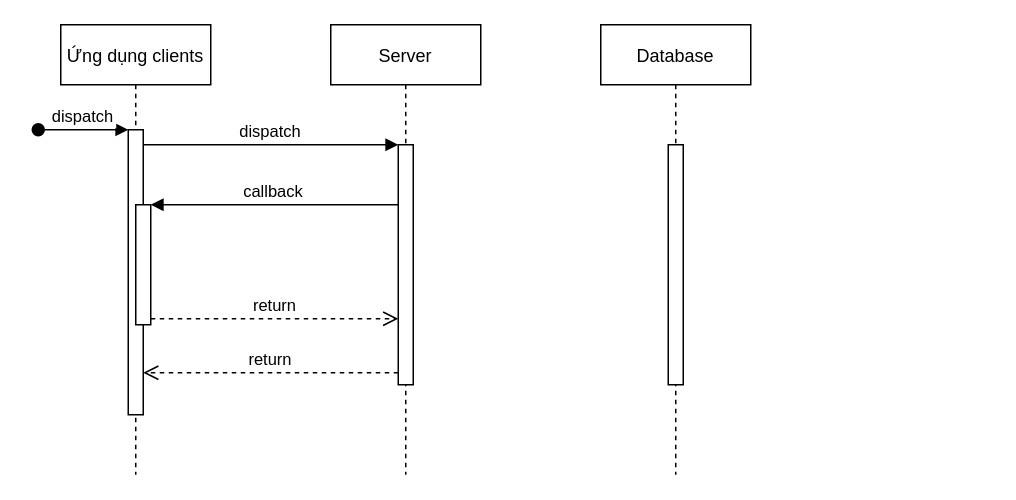
Earlier version of the draw.io diagram seq/Untitled Diagram.drawio (phanvha/DATN_Diagrams). Source tidied: cells renumbered, new cells numbered last; positions are measured from the earlier drawing's top-left corner, leaving out a move shared by most shapes. Both pictures are drawn from the tidied source at 150%, with x=0, y=0 at pixel (38, 24).
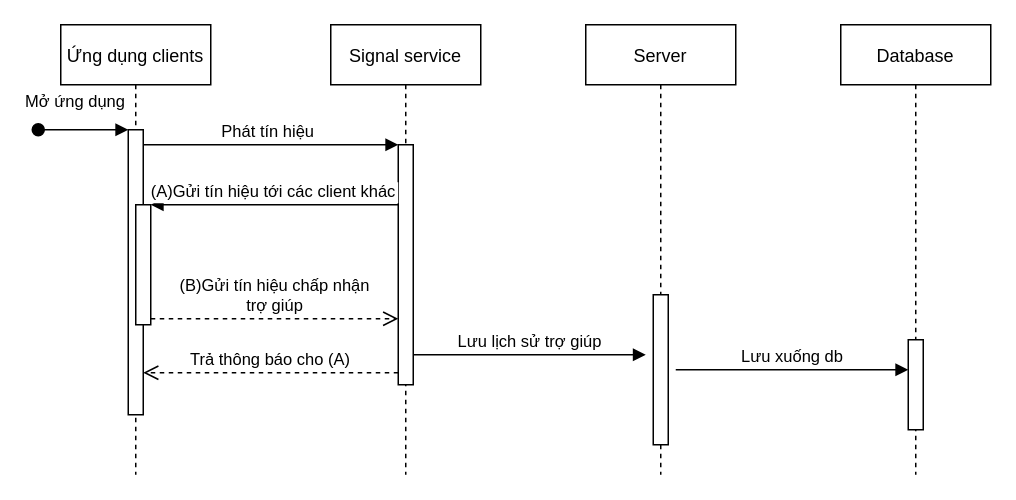
Above is the later version.

Commit message:
hoàn thành chức năng phát-nhận tín hiệu trợ giúp

Unchanged cells that the change refers to:
```xml
<mxCell id="2" value="Ứng dụng clients" style="shape=umlLifeline;perimeter=lifelinePerimeter;rounded=0;shadow=0;strokeWidth=1;" parent="1" vertex="1">
  <mxGeometry x="15" width="100" height="300" as="geometry" />
</mxCell>
<mxCell id="3" style="points=[];perimeter=orthogonalPerimeter;rounded=0;shadow=0;strokeWidth=1;" parent="2" vertex="1">
  <mxGeometry x="45" y="70" width="10" height="190" as="geometry" />
</mxCell>
<mxCell id="5" style="points=[];perimeter=orthogonalPerimeter;rounded=0;shadow=0;strokeWidth=1;" parent="2" vertex="1">
  <mxGeometry x="50" y="120" width="10" height="80" as="geometry" />
</mxCell>
<mxCell id="7" style="points=[];perimeter=orthogonalPerimeter;rounded=0;shadow=0;strokeWidth=1;" parent="6" vertex="1">
  <mxGeometry x="45" y="80" width="10" height="160" as="geometry" />
</mxCell>
```

What changed in the source:
```diff
@@
-    <mxCell id="4" value="dispatch" style="verticalAlign=bottom;startArrow=oval;endArrow=block;startSize=8;shadow=0;strokeWidth=1;" parent="2" edge="1" target="3">
-      <mxGeometry relative="1" as="geometry">
+    <mxCell id="4" value="Mở ứng dụng" style="verticalAlign=bottom;startArrow=oval;endArrow=block;startSize=8;shadow=0;strokeWidth=1;" parent="2" edge="1" target="3">
+      <mxGeometry x="-0.17" y="10" relative="1" as="geometry">
         <mxPoint x="-15" y="70" as="sourcePoint" />
       </mxGeometry>
     </mxCell>
@@
-    <mxCell id="6" value="Server" style="shape=umlLifeline;perimeter=lifelinePerimeter;rounded=0;shadow=0;strokeWidth=1;" parent="1" vertex="1">
+    <mxCell id="6" value="Signal service" style="shape=umlLifeline;perimeter=lifelinePerimeter;rounded=0;shadow=0;strokeWidth=1;" parent="1" vertex="1">
       <mxGeometry x="195" width="100" height="300" as="geometry" />
     </mxCell>
@@
+    <mxCell id="14" value="Lưu lịch sử trợ giúp" style="verticalAlign=bottom;endArrow=block;shadow=0;strokeWidth=1;" parent="6" edge="1">
+      <mxGeometry relative="1" as="geometry">
+        <mxPoint x="55" y="220" as="sourcePoint" />
+        <mxPoint x="210" y="220" as="targetPoint" />
+        <Array as="points">
+          <mxPoint x="140" y="220" />
+        </Array>
+      </mxGeometry>
+    </mxCell>
-    <mxCell id="8" value="return" style="verticalAlign=bottom;endArrow=open;dashed=1;endSize=8;exitX=0;exitY=0.95;shadow=0;strokeWidth=1;" parent="1" edge="1" source="7" target="3">
+    <mxCell id="8" value="Trả thông báo cho (A)" style="verticalAlign=bottom;endArrow=open;dashed=1;endSize=8;exitX=0;exitY=0.95;shadow=0;strokeWidth=1;" parent="1" edge="1" source="7" target="3">
       <mxGeometry relative="1" as="geometry" />
     </mxCell>
-    <mxCell id="9" value="dispatch" style="verticalAlign=bottom;endArrow=block;entryX=0;entryY=0;shadow=0;strokeWidth=1;" parent="1" edge="1" source="3" target="7">
+    <mxCell id="9" value="Phát tín hiệu " style="verticalAlign=bottom;endArrow=block;entryX=0;entryY=0;shadow=0;strokeWidth=1;" parent="1" edge="1" source="3" target="7">
       <mxGeometry relative="1" as="geometry" />
     </mxCell>
-    <mxCell id="10" value="callback" style="verticalAlign=bottom;endArrow=block;entryX=1;entryY=0;shadow=0;strokeWidth=1;" parent="1" edge="1" source="7" target="5">
+    <mxCell id="10" value="(A)Gửi tín hiệu tới các client khác" style="verticalAlign=bottom;endArrow=block;entryX=1;entryY=0;shadow=0;strokeWidth=1;" parent="1" edge="1" source="7" target="5">
       <mxGeometry relative="1" as="geometry" />
     </mxCell>
-    <mxCell id="11" value="return" style="verticalAlign=bottom;endArrow=open;dashed=1;endSize=8;exitX=1;exitY=0.95;shadow=0;strokeWidth=1;" parent="1" edge="1" source="5" target="7">
+    <mxCell id="11" value="(B)Gửi tín hiệu chấp nhận &#10;trợ giúp" style="verticalAlign=bottom;endArrow=open;dashed=1;endSize=8;exitX=1;exitY=0.95;shadow=0;strokeWidth=1;" parent="1" edge="1" source="5" target="7">
       <mxGeometry relative="1" as="geometry" />
     </mxCell>
+    <mxCell id="15" value="Server" style="shape=umlLifeline;perimeter=lifelinePerimeter;rounded=0;shadow=0;strokeWidth=1;" parent="1" vertex="1">
+      <mxGeometry x="365" width="100" height="300" as="geometry" />
+    </mxCell>
+    <mxCell id="16" style="perimeter=orthogonalPerimeter;rounded=0;shadow=0;strokeWidth=1;" parent="15" vertex="1">
+      <mxGeometry x="45" y="180" width="10" height="100" as="geometry" />
+    </mxCell>
     <mxCell id="12" value="Database" style="shape=umlLifeline;perimeter=lifelinePerimeter;rounded=0;shadow=0;strokeWidth=1;" parent="1" vertex="1">
-      <mxGeometry x="375" width="100" height="300" as="geometry" />
+      <mxGeometry x="535" width="100" height="300" as="geometry" />
     </mxCell>
-    <mxCell id="13" style="perimeter=orthogonalPerimeter;rounded=0;shadow=0;strokeWidth=1;" parent="12" vertex="1">
-      <mxGeometry x="45" y="80" width="10" height="160" as="geometry" />
-    </mxCell>
+    <mxCell id="17" style="perimeter=orthogonalPerimeter;rounded=0;shadow=0;strokeWidth=1;" parent="12" vertex="1">
+      <mxGeometry x="45" y="210" width="10" height="60" as="geometry" />
+    </mxCell>
+    <mxCell id="18" value="Lưu xuống db" style="verticalAlign=bottom;endArrow=block;shadow=0;strokeWidth=1;" parent="1" edge="1">
+      <mxGeometry relative="1" as="geometry">
+        <mxPoint x="425" y="230" as="sourcePoint" />
+        <mxPoint x="580" y="230" as="targetPoint" />
+        <Array as="points">
+          <mxPoint x="510" y="230" />
+        </Array>
+      </mxGeometry>
+    </mxCell>
```
